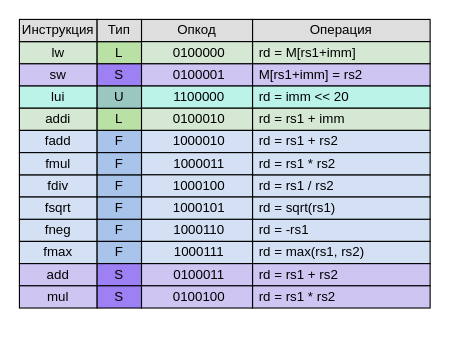
The draw.io diagram docs/starukhin_dissertation/images/svg/isa_set_table.drawio in HaMeNopeDiot/hardware_gpu, before the edit. Source tidied: cells renumbered, new cells numbered last; positions are measured from the earlier drawing's top-left corner, leaving out a move shared by most shapes. Both pictures are drawn from the tidied source at 111%, with x=0, y=0 at pixel (19, 19).
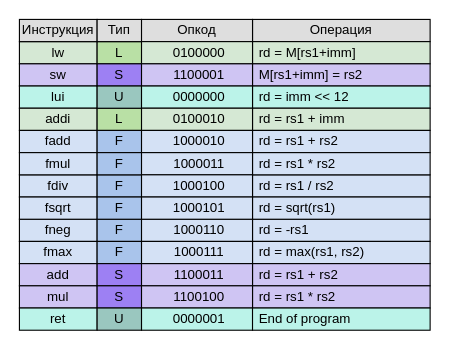
Above is the later version.

The edit, as a diff of the source:
```diff
@@
-    <mxCell id="31" value="rd = imm &amp;lt;&amp;lt; 20" style="rounded=0;whiteSpace=wrap;html=1;fillColor=#BBF3E9;convertToSvg=1;align=left;spacingLeft=4;" parent="1" vertex="1">
+    <mxCell id="31" value="rd = imm &amp;lt;&amp;lt; 12" style="rounded=0;whiteSpace=wrap;html=1;fillColor=#BBF3E9;convertToSvg=1;align=left;spacingLeft=4;" parent="1" vertex="1">
       <mxGeometry x="210" y="60" width="160" height="20" as="geometry" />
     </mxCell>
@@
-    <mxCell id="43" value="0100001" style="rounded=0;whiteSpace=wrap;html=1;fillColor=light-dark(#CFC5F3,#FFFFFF);convertToSvg=1;align=center;spacingLeft=4;spacing=0;" parent="1" vertex="1">
+    <mxCell id="43" value="1100001" style="rounded=0;whiteSpace=wrap;html=1;fillColor=light-dark(#CFC5F3,#FFFFFF);convertToSvg=1;align=center;spacingLeft=4;spacing=0;" parent="1" vertex="1">
       <mxGeometry x="110" y="40" width="100" height="20" as="geometry" />
     </mxCell>
-    <mxCell id="44" value="1100000" style="rounded=0;whiteSpace=wrap;html=1;fillColor=#BBF3E9;convertToSvg=1;align=center;spacingLeft=4;spacing=0;" parent="1" vertex="1">
+    <mxCell id="44" value="0000000" style="rounded=0;whiteSpace=wrap;html=1;fillColor=#BBF3E9;convertToSvg=1;align=center;spacingLeft=4;spacing=0;" parent="1" vertex="1">
       <mxGeometry x="110" y="60" width="100" height="20" as="geometry" />
     </mxCell>
@@
-    <mxCell id="52" value="&lt;span style=&quot;text-wrap-mode: nowrap;&quot;&gt;0100011&lt;/span&gt;" style="rounded=0;whiteSpace=wrap;html=1;fillColor=light-dark(#CFC5F3,#FFFFFF);convertToSvg=1;align=center;spacingLeft=4;spacing=0;" parent="1" vertex="1">
+    <mxCell id="52" value="&lt;span style=&quot;text-wrap-mode: nowrap;&quot;&gt;1&lt;/span&gt;&lt;span style=&quot;background-color: transparent; color: light-dark(rgb(0, 0, 0), rgb(255, 255, 255));&quot;&gt;100011&lt;/span&gt;" style="rounded=0;whiteSpace=wrap;html=1;fillColor=light-dark(#CFC5F3,#FFFFFF);convertToSvg=1;align=center;spacingLeft=4;spacing=0;" parent="1" vertex="1">
       <mxGeometry x="110" y="220" width="100" height="20" as="geometry" />
     </mxCell>
-    <mxCell id="53" value="&lt;span style=&quot;text-wrap-mode: nowrap;&quot;&gt;0100100&lt;/span&gt;" style="rounded=0;whiteSpace=wrap;html=1;fillColor=light-dark(#CFC5F3,#FFFFFF);convertToSvg=1;align=center;spacingLeft=4;spacing=0;" parent="1" vertex="1">
+    <mxCell id="53" value="&lt;span style=&quot;text-wrap-mode: nowrap;&quot;&gt;1100100&lt;/span&gt;" style="rounded=0;whiteSpace=wrap;html=1;fillColor=light-dark(#CFC5F3,#FFFFFF);convertToSvg=1;align=center;spacingLeft=4;spacing=0;" parent="1" vertex="1">
       <mxGeometry x="110" y="240" width="100" height="20" as="geometry" />
     </mxCell>
+    <mxCell id="54" value="ret" style="rounded=0;whiteSpace=wrap;html=1;convertToSvg=1;fillColor=#BBF3E9;" parent="1" vertex="1">
+      <mxGeometry y="260" width="70" height="20" as="geometry" />
+    </mxCell>
+    <mxCell id="55" value="U" style="rounded=0;whiteSpace=wrap;html=1;fillColor=#9AC7BF;convertToSvg=1;" parent="1" vertex="1">
+      <mxGeometry x="70" y="260" width="40" height="20" as="geometry" />
+    </mxCell>
+    <mxCell id="56" value="0000001" style="rounded=0;whiteSpace=wrap;html=1;fillColor=#BBF3E9;convertToSvg=1;align=center;spacingLeft=4;spacing=0;" parent="1" vertex="1">
+      <mxGeometry x="110" y="260" width="100" height="20" as="geometry" />
+    </mxCell>
+    <mxCell id="57" value="End of program" style="rounded=0;whiteSpace=wrap;html=1;fillColor=#BBF3E9;convertToSvg=1;align=left;spacingLeft=4;" parent="1" vertex="1">
+      <mxGeometry x="210" y="260" width="160" height="20" as="geometry" />
+    </mxCell>
```
